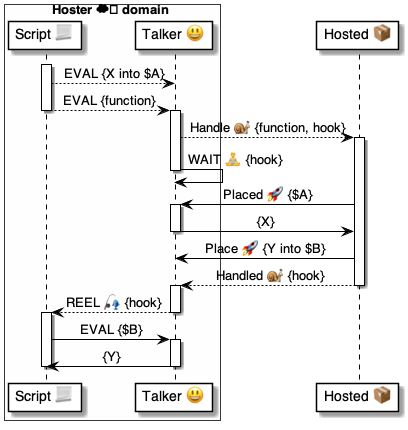
The PlantUML diagram 4 ⚙️ Solution/35 💬 Chats/Talkers 😃/😃⏩ Talker flows/Holders API 📦⏩😃/😃 Placeholders ⚙️ uml.png in pollyweb-org/pollyweb-docs, before a commit. Its source is kept beside it as 4 ⚙️ Solution/35 💬 Chats/Talkers 😃/😃⏩ Talker flows/Holders API 📦⏩😃/😃 Placeholders ⚙️ uml.puml.
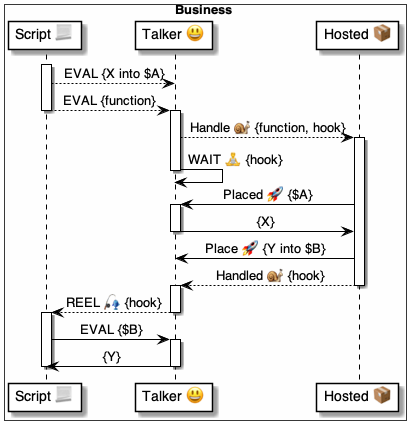
After the change.

The edit, as a diff of the source:
```diff
@@ -1,10 +1,11 @@
 @startuml Handle
 
-box Hoster ☁️ domain #FFFFFA
+box Business #FFFFFA
     participant "Script 📃" as script
     participant "Talker 😃" as talker
+
+    participant "Hosted 📦" as hosted
 end box
-participant "Hosted 📦" as hosted
 
 activate script
     script --> talker: EVAL {X into $A}
```
